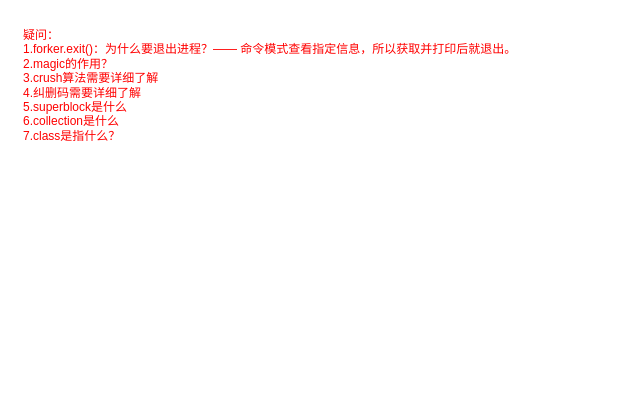
deepzliu/toolkit keeps this draw.io diagram as page "疑问" (2 of 2) of flowcharts/ceph-osd.drawio. Above is the earlier version. Source tidied: cells renumbered, new cells numbered last; positions are measured from the earlier drawing's top-left corner, leaving out a move shared by most shapes. Both pictures are drawn from the tidied source at 100%, with x=0, y=0 at pixel (21, 21).
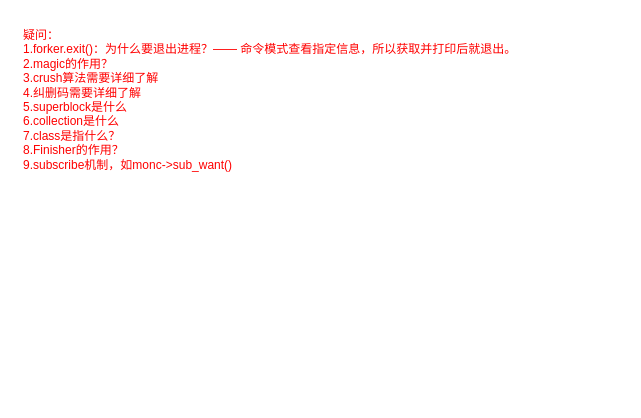
The same page after the edit.

The edit, as a diff of the source:
```diff
@@
 <mxGraphModel>
   <root>
     <mxCell id="0" />
     <mxCell id="1" parent="0" />
-    <mxCell id="2" value="疑问：&lt;br&gt;1.forker.exit()：为什么要退出进程？—— 命令模式查看指定信息，所以获取并打印后就退出。&lt;br&gt;2.magic的作用？&lt;br&gt;3.crush算法需要详细了解&lt;br&gt;4.纠删码需要详细了解&lt;br&gt;5.superblock是什么&lt;br&gt;6.collection是什么&lt;br&gt;7.class是指什么？" style="text;html=1;strokeColor=none;fillColor=none;align=left;verticalAlign=top;whiteSpace=wrap;rounded=0;shadow=1;fontColor=#FF0000;" parent="1" vertex="1">
+    <mxCell id="2" value="疑问：&lt;br&gt;1.forker.exit()：为什么要退出进程？—— 命令模式查看指定信息，所以获取并打印后就退出。&lt;br&gt;2.magic的作用？&lt;br&gt;3.crush算法需要详细了解&lt;br&gt;4.纠删码需要详细了解&lt;br&gt;5.superblock是什么&lt;br&gt;6.collection是什么&lt;br&gt;7.class是指什么？&lt;br&gt;8.Finisher的作用？&lt;br&gt;9.subscribe机制，如monc-&amp;gt;sub_want()" style="text;html=1;strokeColor=none;fillColor=none;align=left;verticalAlign=top;whiteSpace=wrap;rounded=0;shadow=1;fontColor=#FF0000;" parent="1" vertex="1">
       <mxGeometry width="597" height="373" as="geometry" />
     </mxCell>
   </root>
 </mxGraphModel>
```
